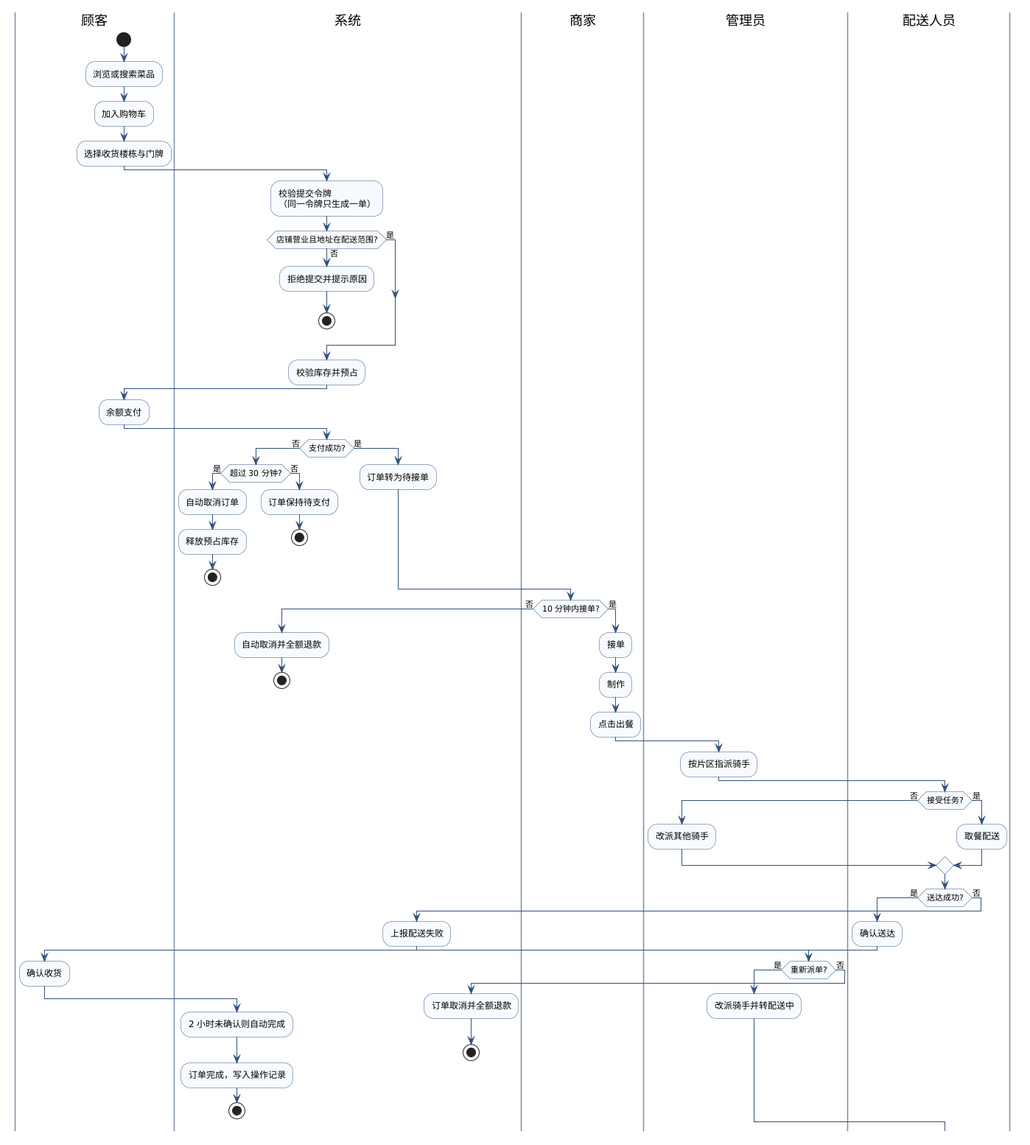
marcus-37/lab1-takeout keeps this PlantUML diagram as lab2/实验2_241880548_王睿阳/UML/UML活动图.png. Above is the earlier version.
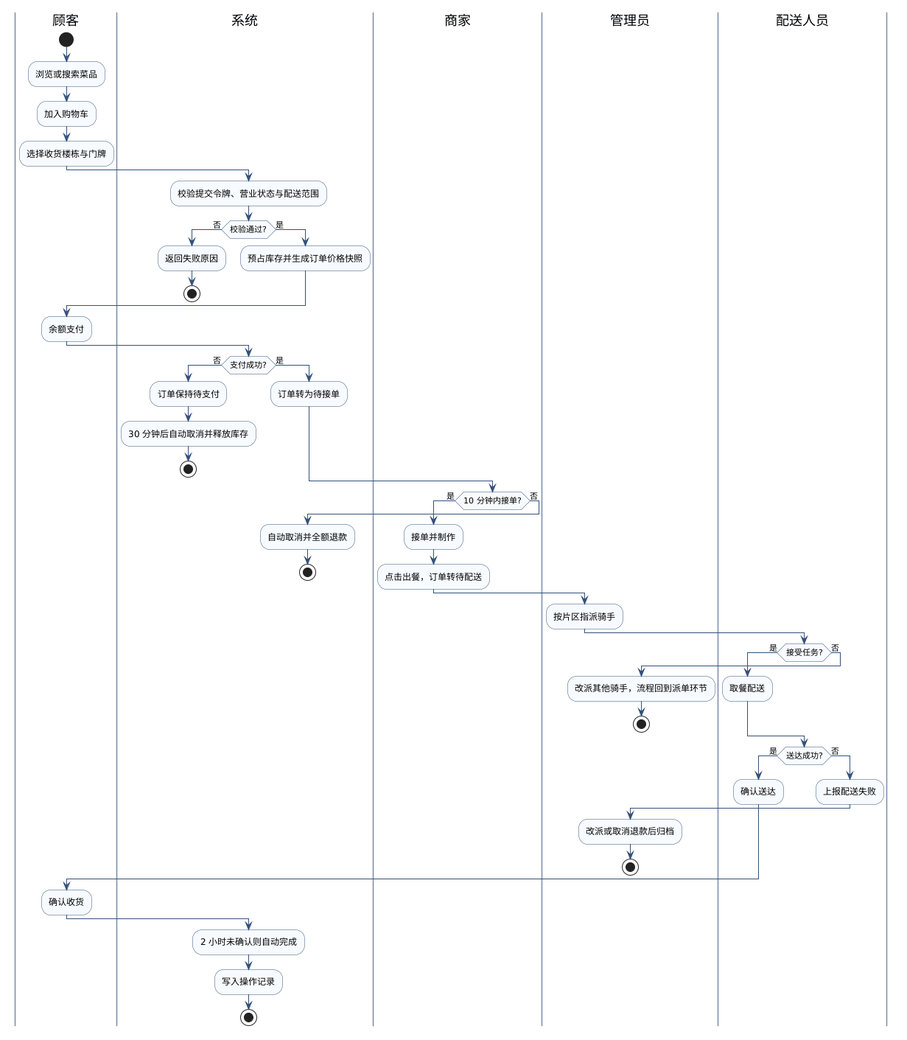
After the commit.

Change to the diagram source:
```diff
@@ -13,75 +13,64 @@
 :选择收货楼栋与门牌;
 
 |系统|
-:校验提交令牌\n（同一令牌只生成一单）;
-if (店铺营业且地址在配送范围?) then (否)
-  :拒绝提交并提示原因;
+:校验提交令牌、营业状态与配送范围;
+if (校验通过?) then (否)
+  :返回失败原因;
   stop
 else (是)
+  :预占库存并生成订单价格快照;
 endif
-:校验库存并预占;
 
 |顾客|
 :余额支付;
 
 |系统|
 if (支付成功?) then (否)
-  if (超过 30 分钟?) then (是)
-    :自动取消订单;
-    :释放预占库存;
-    stop
-  else (否)
-    :订单保持待支付;
-    stop
-  endif
+  :订单保持待支付;
+  :30 分钟后自动取消并释放库存;
+  stop
 else (是)
   :订单转为待接单;
 endif
 
 |商家|
-if (10 分钟内接单?) then (否)
+if (10 分钟内接单?) then (是)
+  :接单并制作;
+  :点击出餐，订单转待配送;
+else (否)
   |系统|
   :自动取消并全额退款;
   stop
-else (是)
-  |商家|
-  :接单;
-  :制作;
-  :点击出餐;
 endif
 
 |管理员|
 :按片区指派骑手;
 
 |配送人员|
-if (接受任务?) then (否)
+if (接受任务?) then (是)
+  :取餐配送;
+else (否)
   |管理员|
-  :改派其他骑手;
-else (是)
-  |配送人员|
-  :取餐配送;
+  :改派其他骑手，流程回到派单环节;
+  stop
 endif
 
 |配送人员|
 if (送达成功?) then (是)
   :确认送达;
-  |顾客|
-  :确认收货;
-  |系统|
-  :2 小时未确认则自动完成;
-  :订单完成，写入操作记录;
-  stop
 else (否)
   :上报配送失败;
   |管理员|
-  if (重新派单?) then (是)
-    |管理员|
-    :改派骑手并转配送中;
-  else (否)
-    |系统|
-    :订单取消并全额退款;
-    stop
-  endif
+  :改派或取消退款后归档;
+  stop
 endif
 
+|顾客|
+:确认收货;
+
+|系统|
+:2 小时未确认则自动完成;
+:写入操作记录;
+stop
+
 @enduml
```
